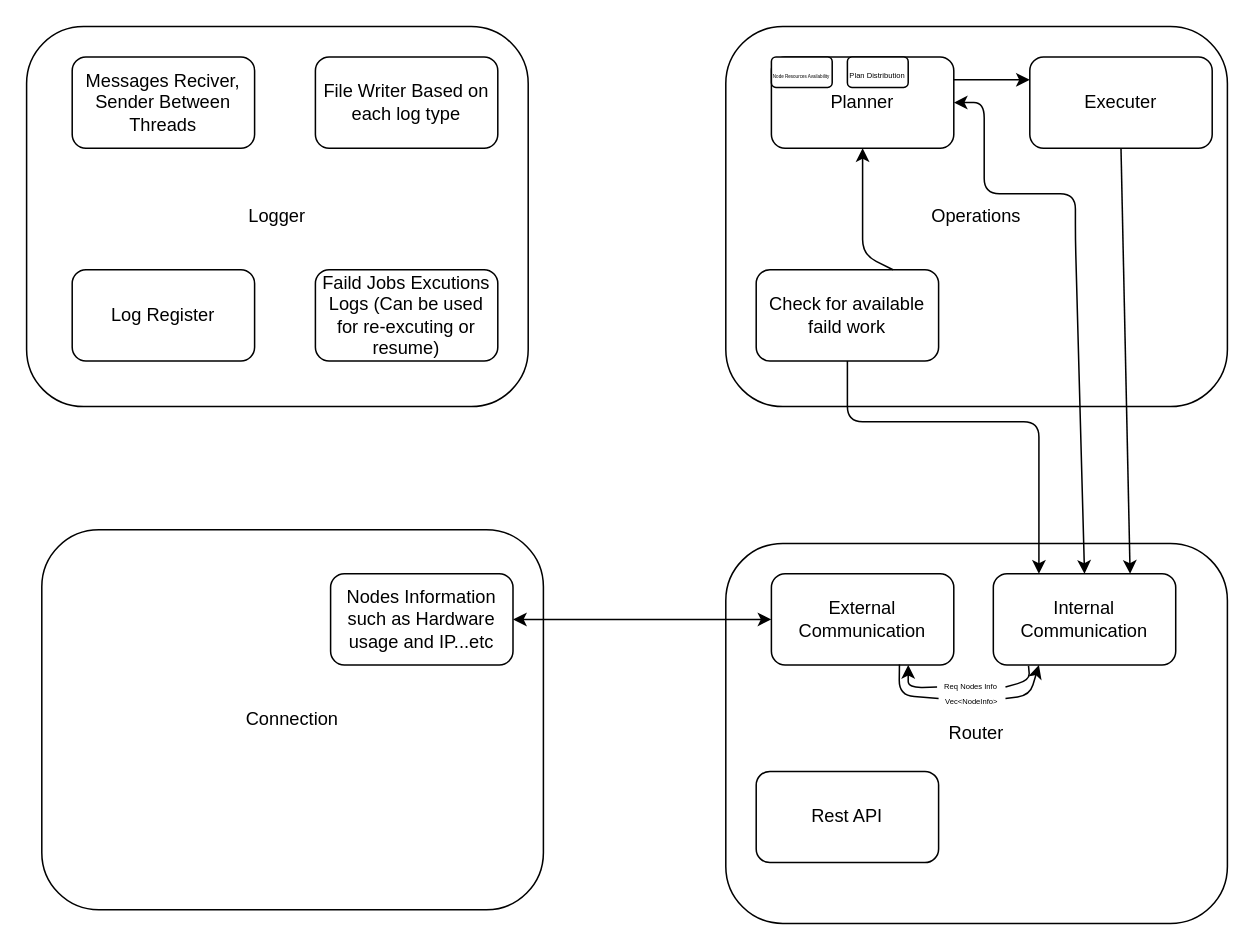
The draw.io diagram page "Node-Objects" (1 of 2) of drawings/messages.dio in AhmedMousa-ag/thoth, before the edit. Source tidied: cells renumbered, new cells numbered last; positions are measured from the earlier drawing's top-left corner, leaving out a move shared by most shapes. Both pictures are drawn from the tidied source at 152%, with x=0, y=0 at pixel (26, 26).
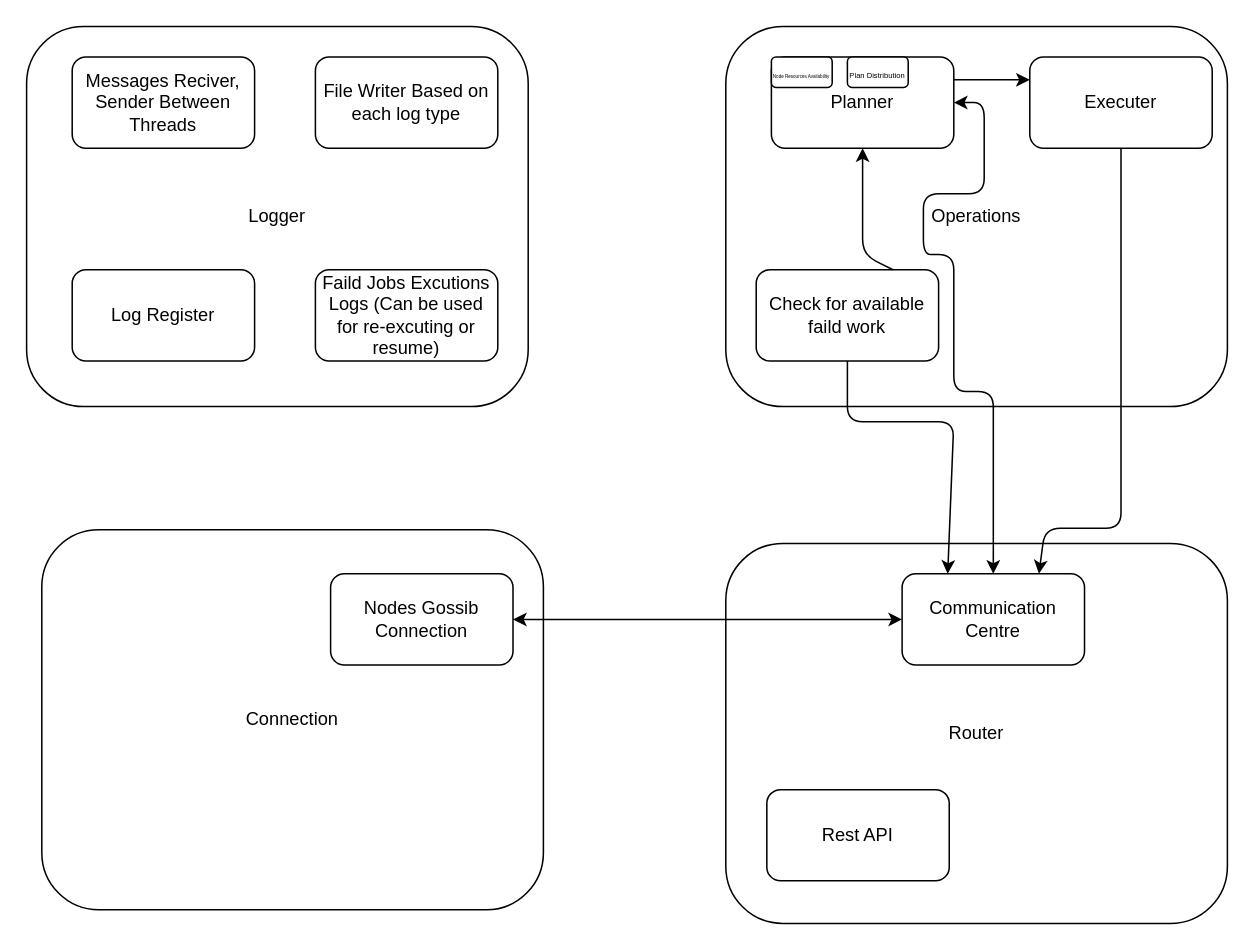
After the change.

Commit message:
refactor(drawings): merge internal-external communication

The change refers to these unchanged cells:
```xml
<mxCell id="9" value="Planner" style="rounded=1;whiteSpace=wrap;html=1;" parent="1" vertex="1">
  <mxGeometry x="490" y="20" width="120" height="60" as="geometry" />
</mxCell>
<mxCell id="12" value="Executer" style="rounded=1;whiteSpace=wrap;html=1;" parent="1" vertex="1">
  <mxGeometry x="660" y="20" width="120" height="60" as="geometry" />
</mxCell>
<mxCell id="14" value="Check for available faild work" style="rounded=1;whiteSpace=wrap;html=1;" parent="1" vertex="1">
  <mxGeometry x="480" y="160" width="120" height="60" as="geometry" />
</mxCell>
```

What changed in the source:
```diff
@@
-    <mxCell id="13" value="External Communication" style="rounded=1;whiteSpace=wrap;html=1;" parent="1" vertex="1">
-      <mxGeometry x="490" y="360" width="120" height="60" as="geometry" />
-    </mxCell>
@@
     <mxCell id="15" value="Rest API" style="rounded=1;whiteSpace=wrap;html=1;" parent="1" vertex="1">
-      <mxGeometry x="480" y="490" width="120" height="60" as="geometry" />
+      <mxGeometry x="487" y="502" width="120" height="60" as="geometry" />
     </mxCell>
     <mxCell id="16" style="endArrow=classic;startArrow=classic;html=1;entryX=1;entryY=0.5;entryDx=0;entryDy=0;exitX=0.5;exitY=0;exitDx=0;exitDy=0;" parent="1" edge="1" source="23" target="9">
       <mxGeometry relative="1" as="geometry">
         <Array as="points">
-          <mxPoint x="690" y="140" />
-          <mxPoint x="690" y="110" />
+          <mxPoint x="636" y="240" />
+          <mxPoint x="610" y="240" />
+          <mxPoint x="610" y="150" />
+          <mxPoint x="590" y="150" />
+          <mxPoint x="590" y="110" />
           <mxPoint x="630" y="110" />
           <mxPoint x="630" y="50" />
         </Array>
       </mxGeometry>
     </mxCell>
@@
     <mxCell id="18" style="endArrow=classic;html=1;exitX=0.5;exitY=1;exitDx=0;exitDy=0;entryX=0.75;entryY=0;entryDx=0;entryDy=0;" parent="1" edge="1" source="12" target="23">
-      <mxGeometry relative="1" as="geometry" />
+      <mxGeometry relative="1" as="geometry">
+        <Array as="points">
+          <mxPoint x="720" y="240" />
+          <mxPoint x="720" y="330" />
+          <mxPoint x="670" y="330" />
+        </Array>
+      </mxGeometry>
     </mxCell>
     <mxCell id="19" style="endArrow=classic;html=1;exitX=0.5;exitY=1;exitDx=0;exitDy=0;entryX=0.25;entryY=0;entryDx=0;entryDy=0;" parent="1" edge="1" source="14" target="23">
       <mxGeometry relative="1" as="geometry">
         <Array as="points">
           <mxPoint x="540" y="260" />
-          <mxPoint x="666" y="260" />
+          <mxPoint x="610" y="260" />
         </Array>
       </mxGeometry>
     </mxCell>
@@
-    <mxCell id="21" value="Nodes Information such as Hardware usage and IP...etc" style="rounded=1;whiteSpace=wrap;html=1;" parent="1" vertex="1">
+    <mxCell id="21" value="Nodes Gossib Connection" style="rounded=1;whiteSpace=wrap;html=1;" parent="1" vertex="1">
       <mxGeometry x="200" y="360" width="120" height="60" as="geometry" />
     </mxCell>
-    <mxCell id="22" style="endArrow=classic;startArrow=classic;html=1;entryX=0;entryY=0.5;entryDx=0;entryDy=0;" parent="1" edge="1" source="21" target="13">
+    <mxCell id="22" style="endArrow=classic;startArrow=classic;html=1;entryX=0;entryY=0.5;entryDx=0;entryDy=0;" parent="1" edge="1" source="21" target="23">
       <mxGeometry relative="1" as="geometry" />
     </mxCell>
-    <mxCell id="23" value="Internal Communication" style="rounded=1;whiteSpace=wrap;html=1;" parent="1" vertex="1">
-      <mxGeometry x="636" y="360" width="120" height="60" as="geometry" />
+    <mxCell id="23" value="Communication Centre" style="rounded=1;whiteSpace=wrap;html=1;" parent="1" vertex="1">
+      <mxGeometry x="576" y="360" width="120" height="60" as="geometry" />
     </mxCell>
@@
-    <mxCell id="25" style="endArrow=classic;html=1;exitX=0;exitY=0.75;exitDx=0;exitDy=0;entryX=0.75;entryY=1;entryDx=0;entryDy=0;strokeWidth=1;" parent="1" edge="1" source="26" target="13">
-      <mxGeometry relative="1" as="geometry">
-        <Array as="points">
-          <mxPoint x="580" y="435" />
-        </Array>
-      </mxGeometry>
-    </mxCell>
-    <mxCell id="26" value="&lt;font style=&quot;font-size: 5px;&quot;&gt;Req Nodes Info&lt;/font&gt;" style="text;html=1;align=center;verticalAlign=middle;whiteSpace=wrap;rounded=0;" parent="1" vertex="1">
-      <mxGeometry x="599" y="427" width="45" height="10" as="geometry" />
-    </mxCell>
-    <mxCell id="27" style="endArrow=none;html=1;exitX=1;exitY=0.75;exitDx=0;exitDy=0;entryX=0.193;entryY=1.01;entryDx=0;entryDy=0;entryPerimeter=0;" parent="1" edge="1" source="26" target="23">
-      <mxGeometry relative="1" as="geometry">
-        <Array as="points">
-          <mxPoint x="660" y="430" />
-        </Array>
-      </mxGeometry>
-    </mxCell>
-    <mxCell id="28" value="&lt;font style=&quot;font-size: 5px;&quot;&gt;Vec&amp;lt;NodeInfo&amp;gt;&lt;/font&gt;" style="text;html=1;align=center;verticalAlign=middle;whiteSpace=wrap;rounded=0;" parent="1" vertex="1">
-      <mxGeometry x="600" y="437" width="44" height="10" as="geometry" />
-    </mxCell>
-    <mxCell id="29" style="endArrow=classic;html=1;exitX=1;exitY=0.5;exitDx=0;exitDy=0;entryX=0.25;entryY=1;entryDx=0;entryDy=0;" parent="1" edge="1" source="28" target="23">
-      <mxGeometry relative="1" as="geometry">
-        <Array as="points">
-          <mxPoint x="660" y="440" />
-        </Array>
-      </mxGeometry>
-    </mxCell>
-    <mxCell id="30" style="endArrow=none;html=1;entryX=0;entryY=0.5;entryDx=0;entryDy=0;exitX=0.702;exitY=0.994;exitDx=0;exitDy=0;exitPerimeter=0;" parent="1" edge="1" source="13" target="28">
-      <mxGeometry relative="1" as="geometry">
-        <Array as="points">
-          <mxPoint x="574" y="440" />
-        </Array>
-      </mxGeometry>
-    </mxCell>
```
